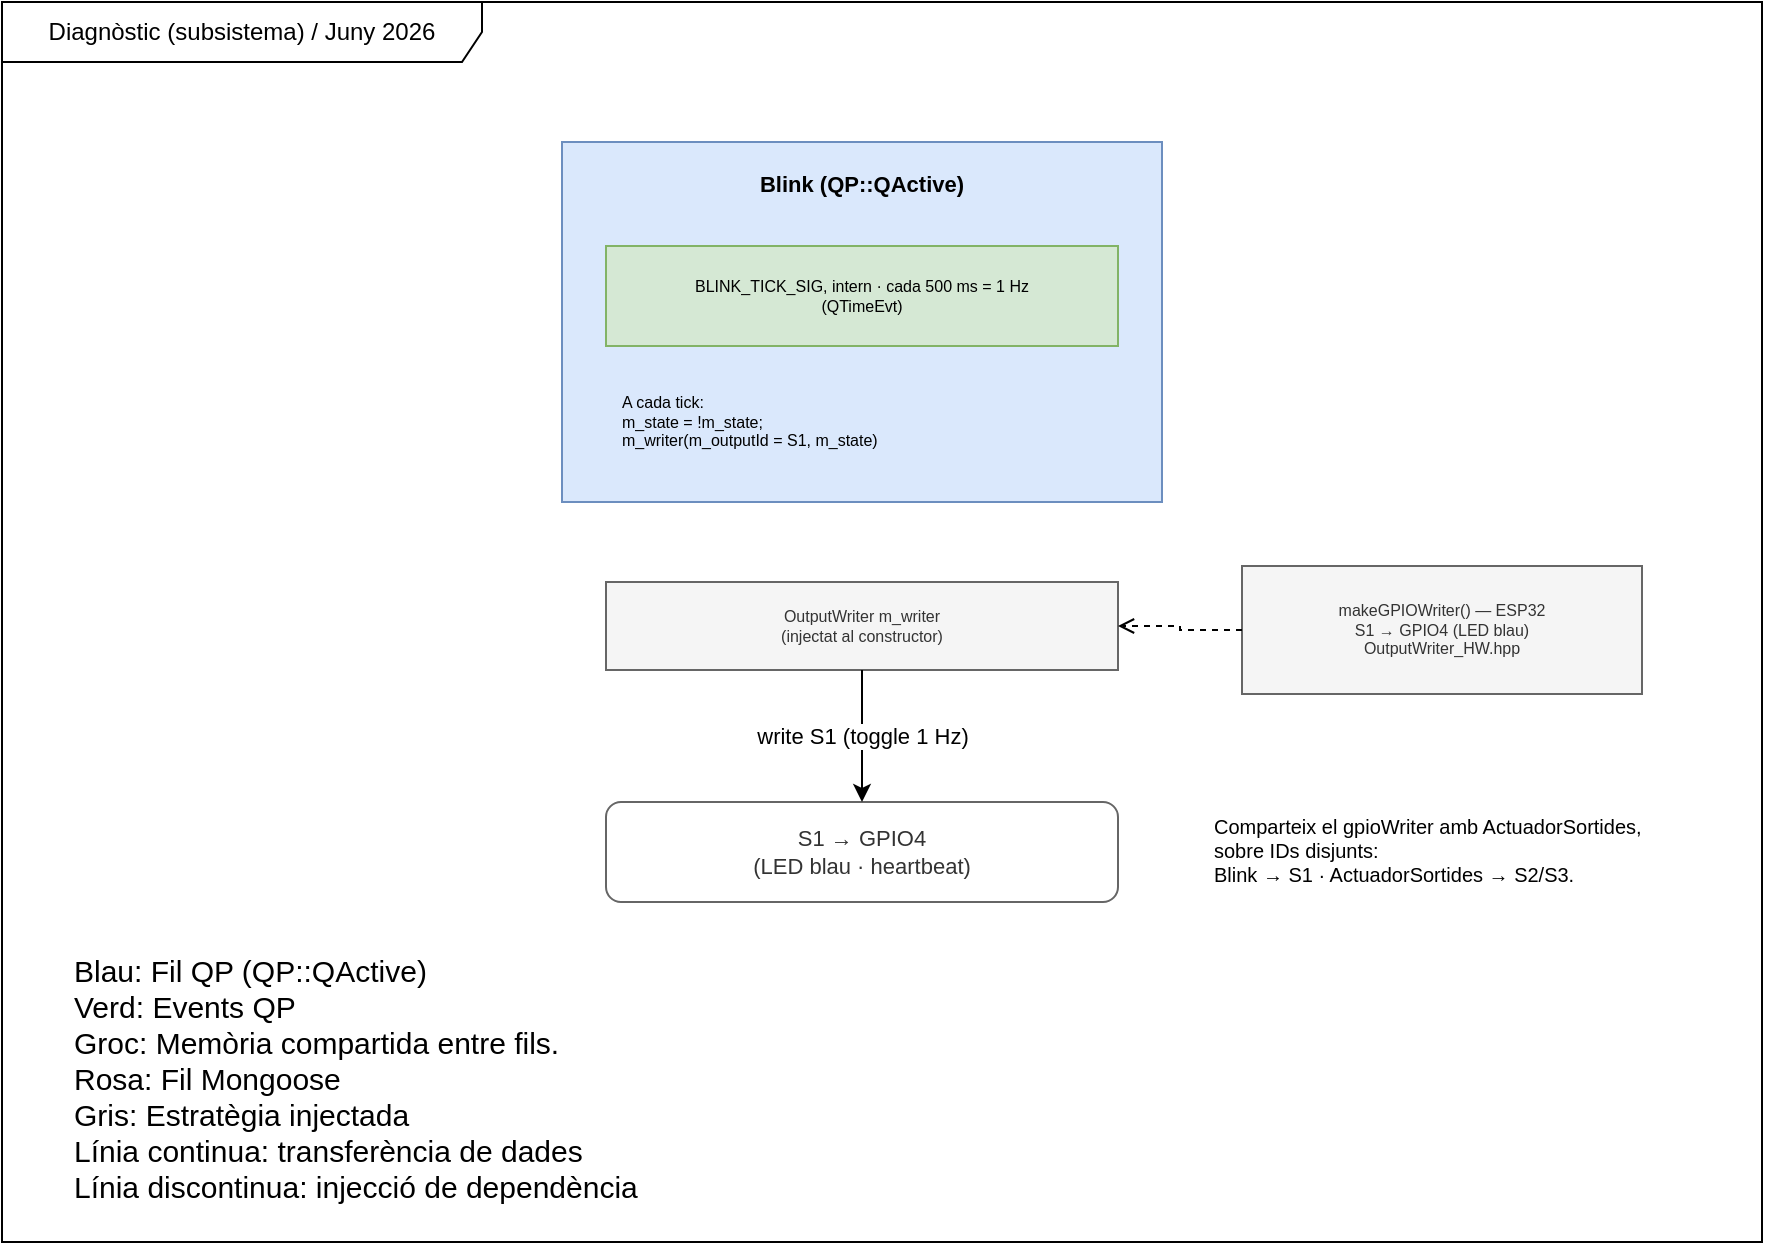
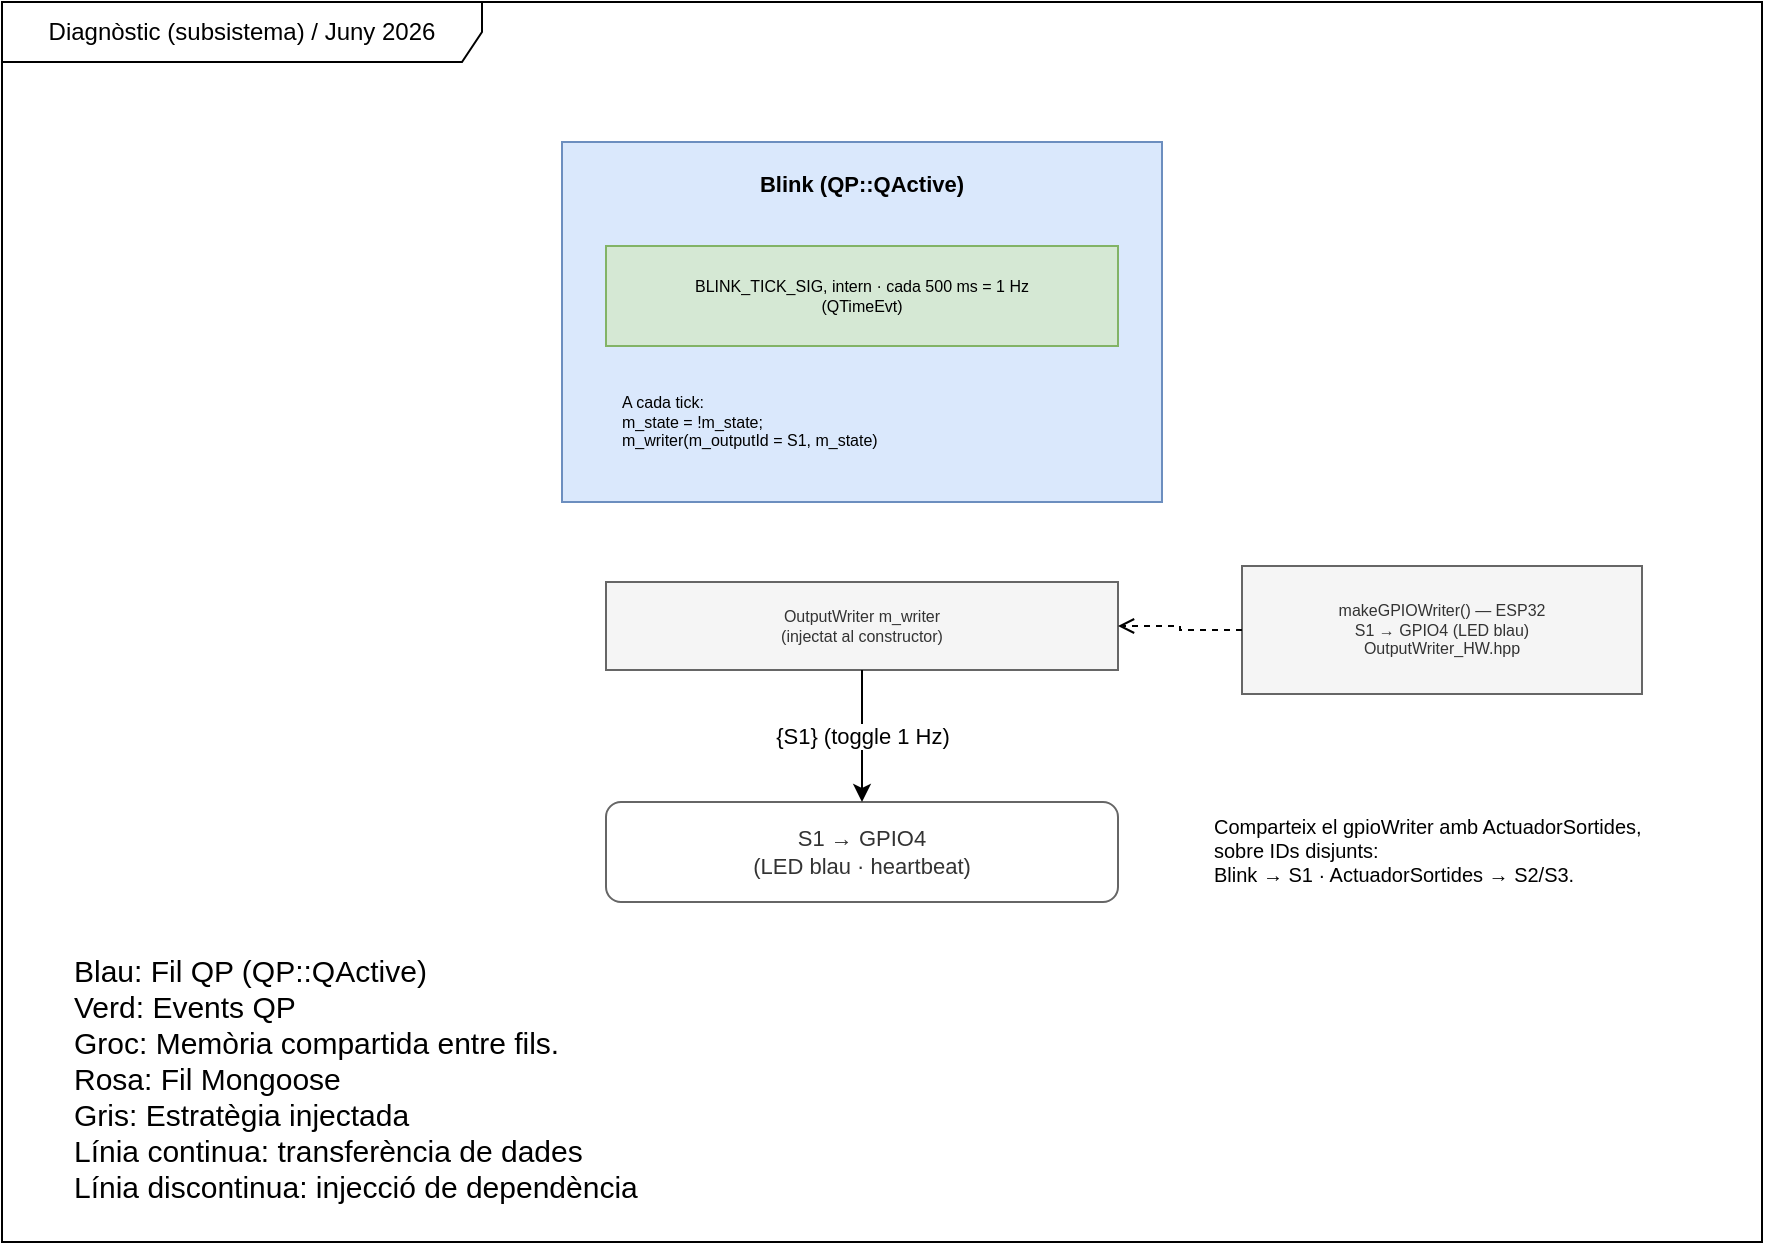
<mxfile host="Electron" agent="Claude Code" version="28.2.8">
  <diagram name="Diagnostic" id="diagnostic">
    <mxGraphModel dx="1209" dy="780" grid="1" gridSize="10" guides="1" tooltips="1" connect="1" arrows="1" fold="1" page="1" pageScale="1" pageWidth="1169" pageHeight="826" math="0" shadow="0">
      <root>
        <mxCell id="0" />
        <mxCell id="1" parent="0" />
        <mxCell id="frame" value="Diagnòstic (subsistema) / Juny 2026" style="shape=umlFrame;whiteSpace=wrap;html=1;pointerEvents=0;recursiveResize=0;collapsible=0;width=240;height=30;" parent="1" vertex="1">
          <mxGeometry x="40" y="40" width="880" height="620" as="geometry" />
        </mxCell>
        <mxCell id="blink" value="Blink (QP::QActive)" style="rounded=0;whiteSpace=wrap;html=1;fillColor=#dae8fc;strokeColor=#6c8ebf;fontSize=11;fontStyle=1;verticalAlign=top;spacingTop=8" parent="1" vertex="1">
          <mxGeometry x="320" y="110" width="300" height="180" as="geometry" />
        </mxCell>
        <mxCell id="blink_tick" value="BLINK_TICK_SIG, intern · cada 500 ms = 1 Hz&#xa;(QTimeEvt)" style="rounded=0;whiteSpace=wrap;html=1;fillColor=#d5e8d4;strokeColor=#82b366;fontSize=8" parent="1" vertex="1">
          <mxGeometry x="342" y="162" width="256" height="50" as="geometry" />
        </mxCell>
        <mxCell id="blink_logic" value="A cada tick:&#xa;m_state = !m_state;&#xa;m_writer(m_outputId = S1, m_state)" style="text;html=1;whiteSpace=wrap;strokeColor=none;fillColor=none;align=left;verticalAlign=middle;fontSize=8;spacingLeft=6;" parent="1" vertex="1">
          <mxGeometry x="342" y="222" width="256" height="56" as="geometry" />
        </mxCell>
        <mxCell id="mwriter" value="OutputWriter m_writer&#xa;(injectat al constructor)" style="rounded=0;whiteSpace=wrap;html=1;fillColor=#f5f5f5;strokeColor=#666666;fontColor=#333333;fontSize=8" parent="1" vertex="1">
          <mxGeometry x="342" y="330" width="256" height="44" as="geometry" />
        </mxCell>
        <mxCell id="gpiowriter" value="makeGPIOWriter() — ESP32&#xa;S1 → GPIO4 (LED blau)&#xa;OutputWriter_HW.hpp" style="rounded=0;whiteSpace=wrap;html=1;fillColor=#f5f5f5;strokeColor=#666666;fontColor=#333333;fontSize=8" parent="1" vertex="1">
          <mxGeometry x="660" y="322" width="200" height="64" as="geometry" />
        </mxCell>
        <mxCell id="s1" value="S1 → GPIO4&#xa;(LED blau · heartbeat)" style="rounded=1;whiteSpace=wrap;html=1;fillColor=#ffffff;strokeColor=#666666;fontColor=#333333;fontSize=11;" parent="1" vertex="1">
          <mxGeometry x="342" y="440" width="256" height="50" as="geometry" />
        </mxCell>
        <mxCell id="note" value="Comparteix el gpioWriter amb ActuadorSortides, sobre IDs disjunts:&#xa;Blink → S1 · ActuadorSortides → S2/S3." style="text;html=1;whiteSpace=wrap;strokeColor=none;fillColor=none;align=left;verticalAlign=top;fontSize=10;spacingLeft=4;" parent="1" vertex="1">
          <mxGeometry x="640" y="440" width="230" height="80" as="geometry" />
        </mxCell>
        <mxCell id="e_inject" style="edgeStyle=orthogonalEdgeStyle;rounded=0;html=1;dashed=1;endArrow=open;endFill=0;exitX=0;exitY=0.5;exitDx=0;exitDy=0;entryX=1;entryY=0.5;entryDx=0;entryDy=0;fontFamily=Helvetica;fontSize=11;" parent="1" source="gpiowriter" target="mwriter" edge="1">
          <mxGeometry relative="1" as="geometry" />
        </mxCell>
-         <mxCell id="e_write" value="write S1 (toggle 1 Hz)" style="edgeStyle=orthogonalEdgeStyle;rounded=0;html=1;exitX=0.5;exitY=1;exitDx=0;exitDy=0;entryX=0.5;entryY=0;entryDx=0;entryDy=0;fontFamily=Helvetica;fontSize=11;" parent="1" source="mwriter" target="s1" edge="1">
+         <mxCell id="e_write" value="{S1} (toggle 1 Hz)" style="edgeStyle=orthogonalEdgeStyle;rounded=0;html=1;exitX=0.5;exitY=1;exitDx=0;exitDy=0;entryX=0.5;entryY=0;entryDx=0;entryDy=0;fontFamily=Helvetica;fontSize=11;" parent="1" source="mwriter" target="s1" edge="1">
          <mxGeometry relative="1" as="geometry" />
        </mxCell>
        <mxCell id="legend" value="&lt;div&gt;&lt;font style=&quot;font-size: 15px;&quot;&gt;Blau: Fil QP (QP::QActive)&lt;/font&gt;&lt;/div&gt;&lt;div&gt;&lt;font style=&quot;font-size: 15px;&quot;&gt;Verd: Events QP&lt;/font&gt;&lt;/div&gt;&lt;div&gt;&lt;font style=&quot;font-size: 15px;&quot;&gt;Groc: Memòria compartida entre fils.&lt;/font&gt;&lt;/div&gt;&lt;div&gt;&lt;font style=&quot;font-size: 15px;&quot;&gt;Rosa: Fil Mongoose&lt;/font&gt;&lt;/div&gt;&lt;div&gt;&lt;font style=&quot;font-size: 15px;&quot;&gt;Gris: Estratègia injectada&lt;/font&gt;&lt;/div&gt;&lt;div&gt;&lt;font style=&quot;font-size: 15px;&quot;&gt;Línia continua: transferència de dades&lt;/font&gt;&lt;/div&gt;&lt;div&gt;&lt;font style=&quot;font-size: 15px;&quot;&gt;Línia discontinua: injecció de dependència&lt;/font&gt;&lt;/div&gt;" style="text;strokeColor=none;fillColor=none;align=left;verticalAlign=middle;spacingLeft=4;spacingRight=4;overflow=hidden;whiteSpace=wrap;html=1;" parent="1" vertex="1">
          <mxGeometry x="70" y="510" width="430" height="135" as="geometry" />
        </mxCell>
      </root>
    </mxGraphModel>
  </diagram>
</mxfile>
